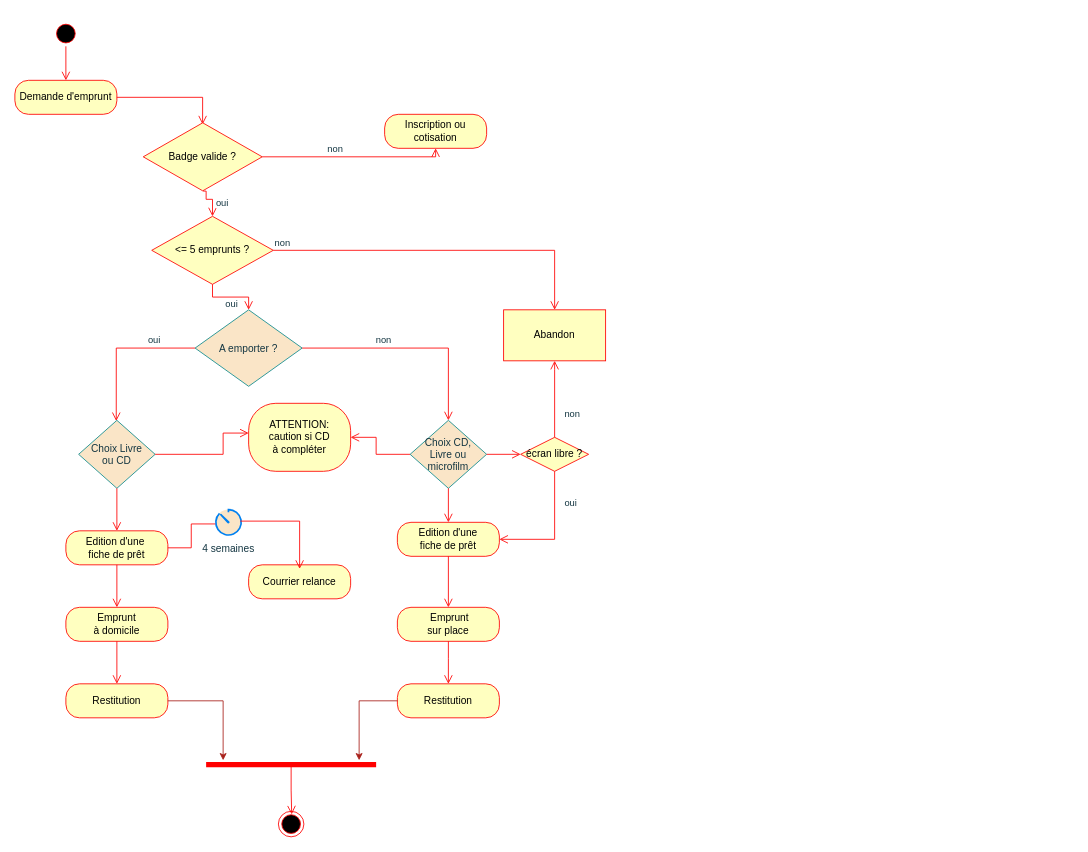
Above: page "Page-3 Diagramme d'activité" (3 of 3) of 5_CDA/Bibliotheque.drawio in pascal80000/Formation_AFPA_2022 (draw.io), before the change. Source tidied: cells renumbered, new cells numbered last; positions are measured from the earlier drawing's top-left corner, leaving out a move shared by most shapes. Both pictures are drawn from the tidied source at 85%, with x=0, y=0 at pixel (14, 20).
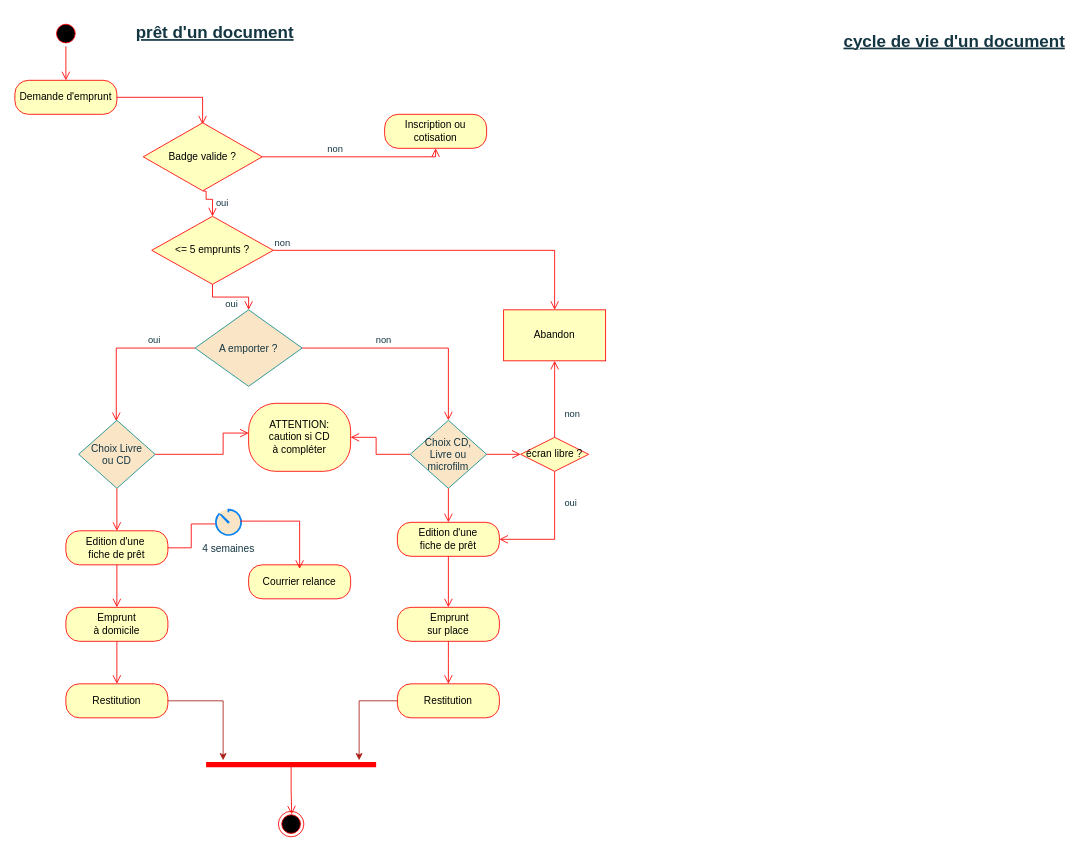
After the change.

Diff of the diagram source:
```diff
@@
+    <mxCell id="48" value="&lt;font style=&quot;font-size: 20px;&quot;&gt;&lt;b&gt;&lt;u&gt;prêt d'un document&lt;/u&gt;&lt;/b&gt;&lt;/font&gt;" style="text;html=1;align=center;verticalAlign=middle;strokeColor=none;fillColor=none;fontColor=#143642;" parent="1" vertex="1">
+      <mxGeometry x="130" y="-7" width="210" height="40" as="geometry" />
+    </mxCell>
+    <mxCell id="49" value="&lt;font style=&quot;font-size: 20px;&quot;&gt;&lt;b&gt;&lt;u&gt;cycle de vie d'un document&lt;/u&gt;&lt;/b&gt;&lt;/font&gt;" style="text;html=1;align=center;verticalAlign=middle;strokeColor=none;fillColor=none;fontColor=#143642;" parent="1" vertex="1">
+      <mxGeometry x="965" y="3" width="280" height="40" as="geometry" />
+    </mxCell>
```
